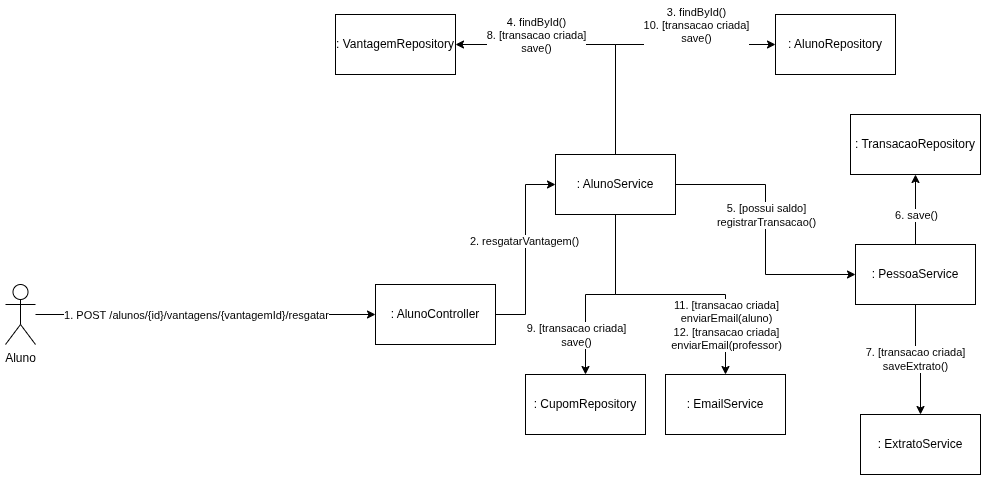
Earlier version of the draw.io export project/img/comm-troca-vant.drawio.png (hegdt/lds-3). Source tidied: cells renumbered, new cells last; positions are measured from the earlier drawing's top-left corner, leaving out a move shared by most shapes.
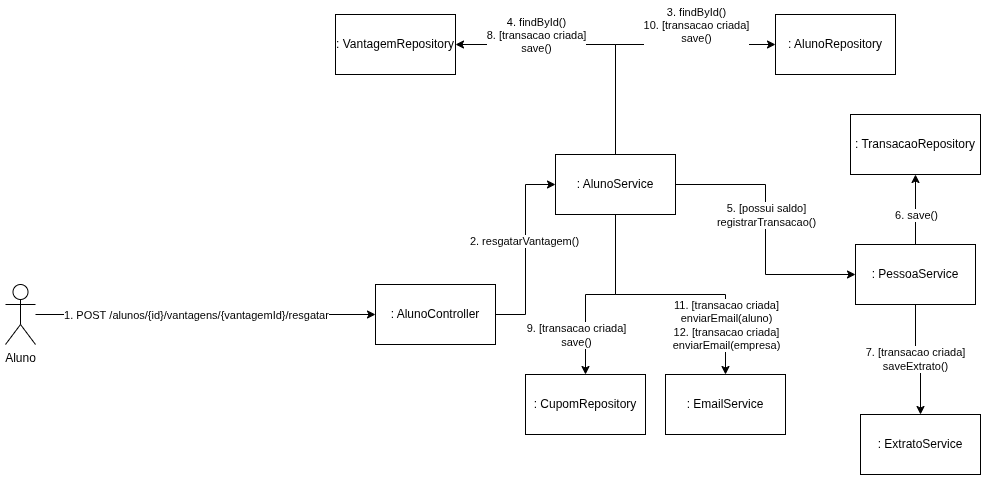
The same file after the commit.

The edit, as a diff of the source:
```diff
@@ -71,7 +71,7 @@
     <mxCell id="20" style="edgeStyle=orthogonalEdgeStyle;rounded=0;jettySize=auto;html=1;entryX=0.5;entryY=0;entryDx=0;entryDy=0;" parent="1" edge="1" source="22" target="29">
       <mxGeometry relative="1" as="geometry" />
     </mxCell>
-    <mxCell id="21" value="11. [transacao criada]&lt;div&gt;enviarEmail(aluno)&lt;/div&gt;&lt;div&gt;12. [transacao criada]&lt;div&gt;enviarEmail(professor)&lt;/div&gt;&lt;/div&gt;" style="edgeLabel;html=1;align=center;verticalAlign=middle;" parent="20" vertex="1">
+    <mxCell id="21" value="11. [transacao criada]&lt;div&gt;enviarEmail(aluno)&lt;/div&gt;&lt;div&gt;12. [transacao criada]&lt;div&gt;enviarEmail(empresa)&lt;/div&gt;&lt;/div&gt;" style="edgeLabel;html=1;align=center;verticalAlign=middle;" parent="20" vertex="1">
       <mxGeometry x="-0.07" y="-2" relative="1" as="geometry">
         <mxPoint x="64" y="28" as="offset" />
       </mxGeometry>
```
